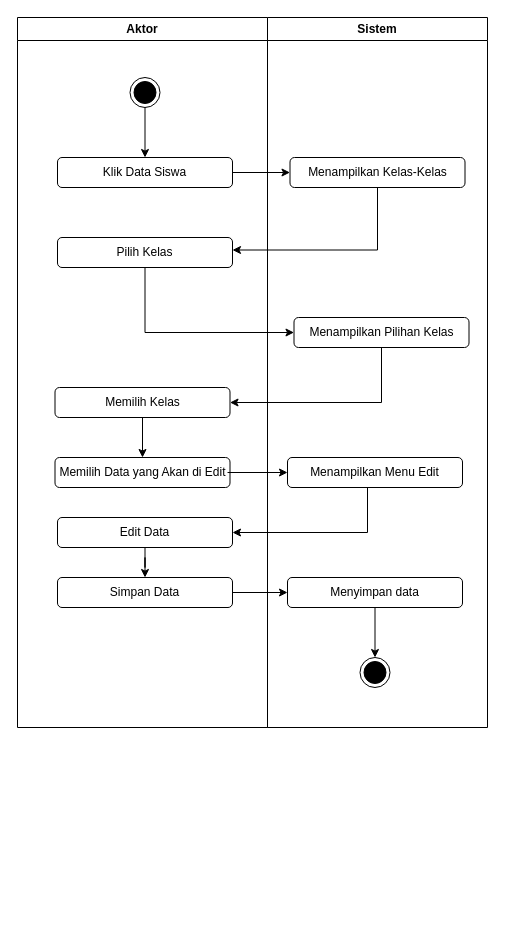
Above: cross functional.drawio in XxGembelxX/Rancangan_KP (draw.io), before the change. Source tidied: cells renumbered, new cells numbered last; positions are measured from the earlier drawing's top-left corner, leaving out a move shared by most shapes. Both pictures are drawn from the tidied source at 100%, with x=0, y=0 at pixel (17, 17).
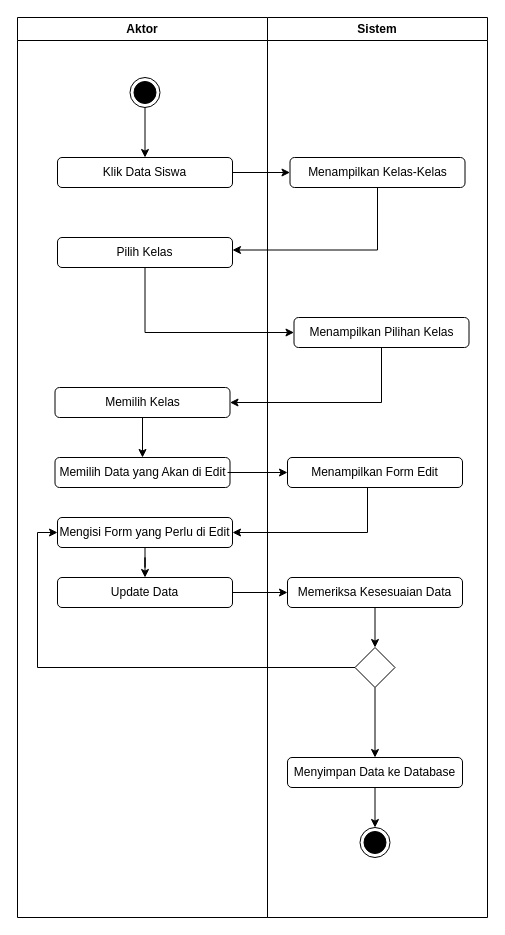
Above is the later version.

Change to the diagram source:
```diff
@@
     <mxCell id="2" value="Aktor" style="swimlane;whiteSpace=wrap;html=1;" parent="1" vertex="1">
-      <mxGeometry width="250" height="710" as="geometry" />
+      <mxGeometry width="250" height="900" as="geometry" />
     </mxCell>
@@
-    <mxCell id="10" value="Simpan Data" style="rounded=1;whiteSpace=wrap;html=1;" parent="2" vertex="1">
+    <mxCell id="10" value="Update Data" style="rounded=1;whiteSpace=wrap;html=1;" parent="2" vertex="1">
       <mxGeometry x="40" y="560" width="175" height="30" as="geometry" />
     </mxCell>
@@
-    <mxCell id="13" value="Edit Data" style="rounded=1;whiteSpace=wrap;html=1;" parent="2" vertex="1">
+    <mxCell id="13" value="Mengisi Form yang Perlu di Edit" style="rounded=1;whiteSpace=wrap;html=1;" parent="2" vertex="1">
       <mxGeometry x="40" y="500" width="175" height="30" as="geometry" />
     </mxCell>
     <mxCell id="14" value="Sistem" style="swimlane;whiteSpace=wrap;html=1;" parent="1" vertex="1">
-      <mxGeometry x="250" width="220" height="710" as="geometry" />
+      <mxGeometry x="250" width="220" height="900" as="geometry" />
     </mxCell>
@@
-    <mxCell id="17" value="Menampilkan Menu Edit" style="rounded=1;whiteSpace=wrap;html=1;" parent="14" vertex="1">
+    <mxCell id="17" value="Menampilkan Form Edit" style="rounded=1;whiteSpace=wrap;html=1;" parent="14" vertex="1">
       <mxGeometry x="20" y="440" width="175" height="30" as="geometry" />
     </mxCell>
-    <mxCell id="18" style="edgeStyle=orthogonalEdgeStyle;rounded=0;jettySize=auto;html=1;entryX=0.5;entryY=0;entryDx=0;entryDy=0;" parent="14" edge="1" source="19" target="20">
-      <mxGeometry relative="1" as="geometry" />
-    </mxCell>
-    <mxCell id="19" value="Menyimpan data" style="rounded=1;whiteSpace=wrap;html=1;" parent="14" vertex="1">
-      <mxGeometry x="20" y="560" width="175" height="30" as="geometry" />
-    </mxCell>
+    <mxCell id="27" style="edgeStyle=orthogonalEdgeStyle;rounded=0;jettySize=auto;html=1;entryX=0.5;entryY=0;entryDx=0;entryDy=0;" parent="14" edge="1" source="28" target="30">
+      <mxGeometry relative="1" as="geometry" />
+    </mxCell>
+    <mxCell id="28" value="Memeriksa Kesesuaian Data" style="rounded=1;whiteSpace=wrap;html=1;" parent="14" vertex="1">
+      <mxGeometry x="20" y="560" width="175" height="30" as="geometry" />
+    </mxCell>
+    <mxCell id="29" style="edgeStyle=orthogonalEdgeStyle;rounded=0;jettySize=auto;html=1;" parent="14" edge="1" source="30" target="32">
+      <mxGeometry relative="1" as="geometry" />
+    </mxCell>
+    <mxCell id="30" style="rhombus;whiteSpace=wrap;html=1;" parent="14" vertex="1">
+      <mxGeometry x="87.5" y="630" width="40" height="40" as="geometry" />
+    </mxCell>
+    <mxCell id="31" style="edgeStyle=orthogonalEdgeStyle;rounded=0;jettySize=auto;html=1;" parent="14" edge="1" source="32" target="20">
+      <mxGeometry relative="1" as="geometry" />
+    </mxCell>
+    <mxCell id="32" value="Menyimpan Data ke Database" style="rounded=1;whiteSpace=wrap;html=1;" parent="14" vertex="1">
+      <mxGeometry x="20" y="740" width="175" height="30" as="geometry" />
+    </mxCell>
     <mxCell id="20" style="ellipse;html=1;shape=endState;fillColor=#000000;strokeColor=#000000;" parent="14" vertex="1">
-      <mxGeometry x="92.5" y="640" width="30" height="30" as="geometry" />
+      <mxGeometry x="92.5" y="810" width="30" height="30" as="geometry" />
     </mxCell>
@@
-    <mxCell id="26" style="edgeStyle=orthogonalEdgeStyle;rounded=0;jettySize=auto;html=1;" parent="1" edge="1" source="10" target="19">
-      <mxGeometry relative="1" as="geometry" />
+    <mxCell id="26" style="edgeStyle=orthogonalEdgeStyle;rounded=0;jettySize=auto;html=1;" parent="1" edge="1" source="10">
+      <mxGeometry relative="1" as="geometry">
+        <mxPoint x="270" y="575" as="targetPoint" />
+      </mxGeometry>
     </mxCell>
+    <mxCell id="33" style="edgeStyle=orthogonalEdgeStyle;rounded=0;jettySize=auto;html=1;entryX=0;entryY=0.5;entryDx=0;entryDy=0;" parent="1" edge="1" source="30" target="13">
+      <mxGeometry relative="1" as="geometry" />
+    </mxCell>
```
